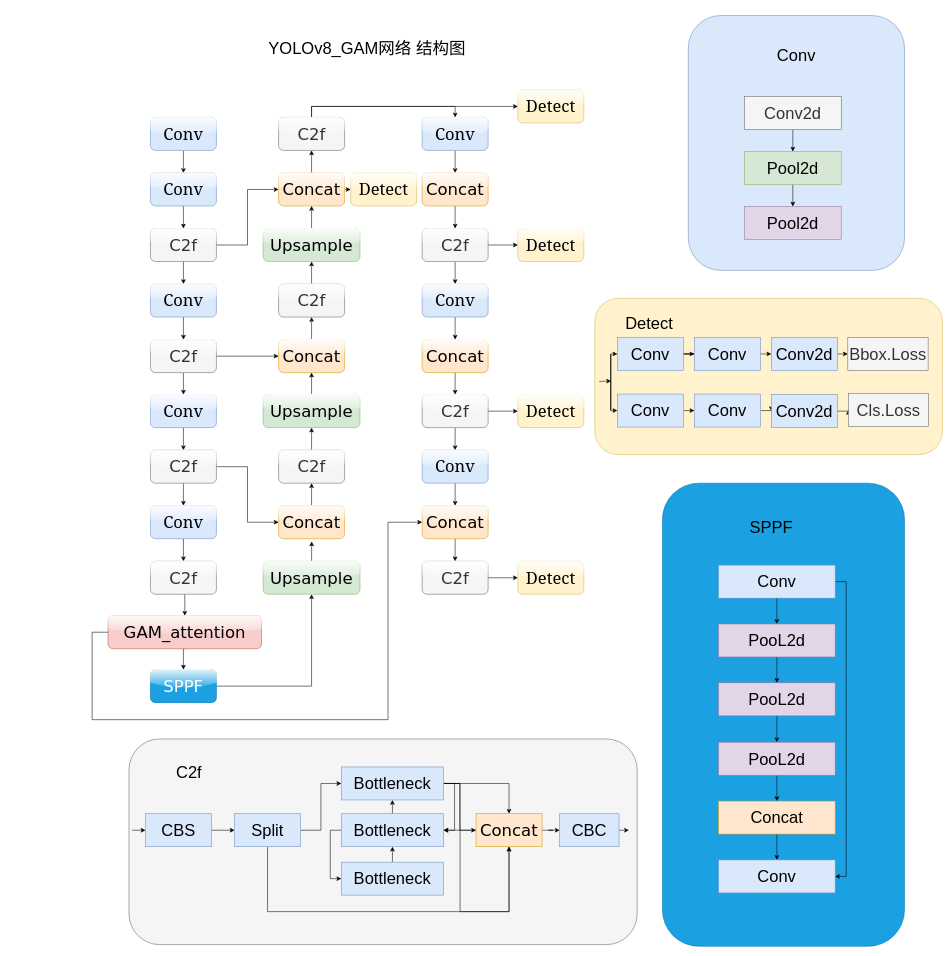
Above: test.drawio in xingkongyuan22/xingkongyuan22 (draw.io), before the change. Source tidied: cells renumbered, new cells numbered last; positions are measured from the earlier drawing's top-left corner, leaving out a move shared by most shapes. Both pictures are drawn from the tidied source at 55%, with x=0, y=0 at pixel (9, 9).
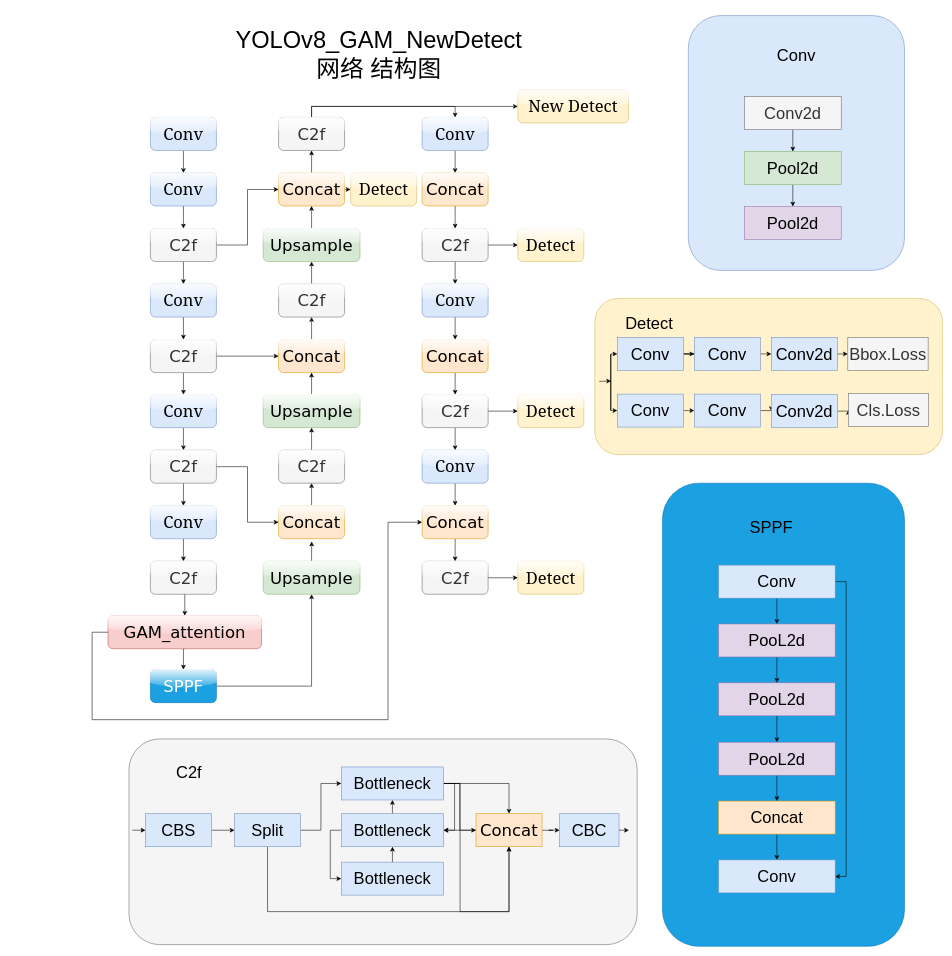
The same diagram, later.

The edit, as a diff of the source:
```diff
@@
-    <mxCell id="72" value="&lt;font face=&quot;Georgia&quot;&gt;&lt;span&gt;Detect&lt;/span&gt;&lt;/font&gt;" style="rounded=1;whiteSpace=wrap;html=1;glass=1;fillColor=#fff2cc;strokeColor=#d6b656;fontSize=30;" parent="1" vertex="1">
-      <mxGeometry x="924" y="146" width="120" height="60" as="geometry" />
+    <mxCell id="72" value="&lt;font face=&quot;Georgia&quot;&gt;&lt;span&gt;New Detect&lt;/span&gt;&lt;/font&gt;" style="rounded=1;whiteSpace=wrap;html=1;glass=1;fillColor=#fff2cc;strokeColor=#d6b656;fontSize=30;" parent="1" vertex="1">
+      <mxGeometry x="924" y="146" width="201" height="60" as="geometry" />
     </mxCell>
@@
-    <mxCell id="137" value="&lt;font&gt;YOLOv8_GAM网络 结构图&lt;/font&gt;" style="text;html=1;align=center;verticalAlign=middle;whiteSpace=wrap;rounded=0;fontSize=30;" parent="1" vertex="1">
-      <mxGeometry width="1300" height="142" as="geometry" />
+    <mxCell id="137" value="&lt;font style=&quot;font-size: 43px;&quot;&gt;YOLOv8_GAM_NewDetect&lt;/font&gt;&lt;div&gt;&lt;font style=&quot;font-size: 43px;&quot;&gt;网络 结构图&lt;/font&gt;&lt;/div&gt;" style="text;html=1;align=center;verticalAlign=middle;whiteSpace=wrap;rounded=0;fontSize=30;" parent="1" vertex="1">
+      <mxGeometry x="245" y="10.5" width="853" height="142" as="geometry" />
     </mxCell>
```
